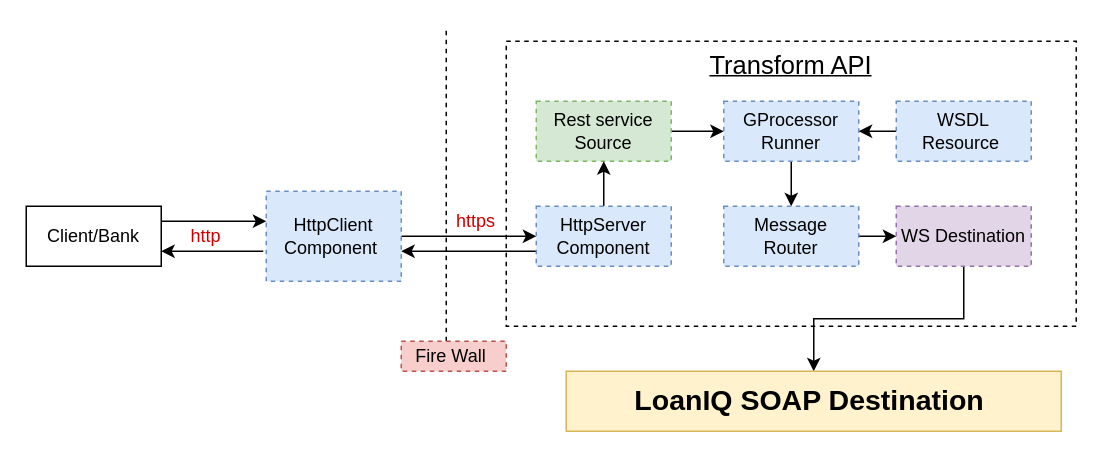
This is page "Page-2" (2 of 2) of src/Untitled Diagram.drawio from thrivikramarajarao/easy_test_domain, a draw.io file, before an edit. Source tidied: cells renumbered, new cells numbered last; positions are measured from the earlier drawing's top-left corner, leaving out a move shared by most shapes. Both pictures are drawn from the tidied source at 150%, with x=0, y=0 at pixel (26, 26).
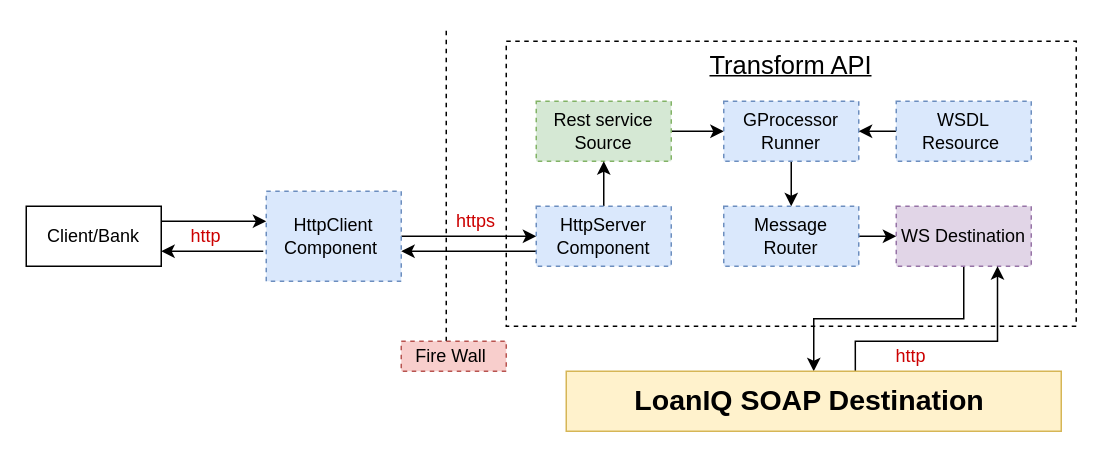
After the change.

Unchanged cells that the change refers to:
```xml
<mxCell id="22" value="WS Destination" style="rounded=0;whiteSpace=wrap;html=1;fillColor=#e1d5e7;strokeColor=#9673a6;dashed=1;" parent="1" vertex="1">
  <mxGeometry x="580" y="120" width="90" height="40" as="geometry" />
</mxCell>
<mxCell id="23" value="&lt;b&gt;&lt;font style=&quot;font-size: 19px&quot;&gt;LoanIQ SOAP Destination&amp;nbsp;&lt;/font&gt;&lt;/b&gt;" style="rounded=0;whiteSpace=wrap;html=1;fillColor=#fff2cc;strokeColor=#d6b656;" parent="1" vertex="1">
  <mxGeometry x="360" y="230" width="330" height="40" as="geometry" />
</mxCell>
```

Change to the diagram source:
```diff
@@
+    <mxCell id="26" style="edgeStyle=orthogonalEdgeStyle;rounded=0;jettySize=auto;html=1;entryX=0.75;entryY=1;entryDx=0;entryDy=0;fontSize=12;fontColor=#CC0000;exitX=0.584;exitY=0.05;exitDx=0;exitDy=0;exitPerimeter=0;" parent="1" edge="1" source="23" target="22">
+      <mxGeometry relative="1" as="geometry">
+        <Array as="points">
+          <mxPoint x="553" y="210" />
+          <mxPoint x="648" y="210" />
+        </Array>
+      </mxGeometry>
+    </mxCell>
@@
+    <mxCell id="27" value="http" style="text;html=1;strokeColor=none;fillColor=none;align=center;verticalAlign=middle;whiteSpace=wrap;rounded=0;dashed=1;fontSize=12;fontColor=#CC0000;" parent="1" vertex="1">
+      <mxGeometry x="570" y="210" width="40" height="20" as="geometry" />
+    </mxCell>
```
